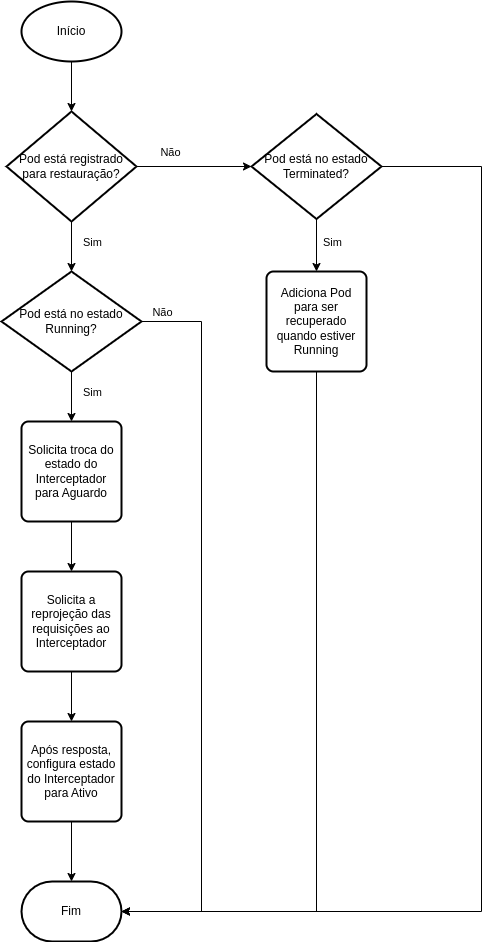
Above: images/restore-pod.png in GianOrtiz/tcc (draw.io), before the change. Source tidied: cells renumbered, new cells last; positions are measured from the earlier drawing's top-left corner, leaving out a move shared by most shapes.
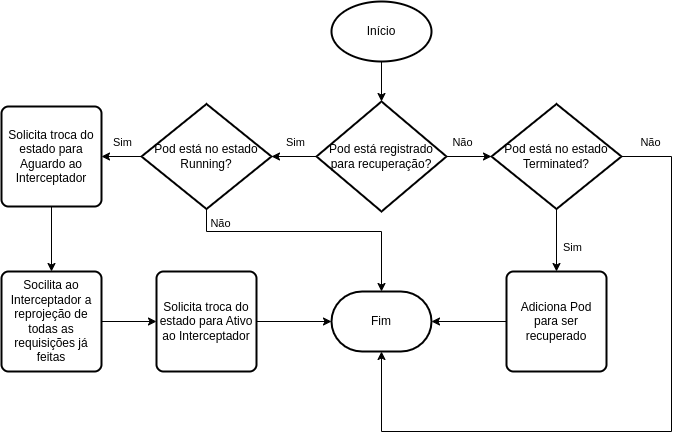
After the commit.

The edit, as a diff of the source:
```diff
@@ -2,104 +2,106 @@
   <root>
     <mxCell id="0" />
     <mxCell id="1" parent="0" />
-    <mxCell id="2" style="edgeStyle=orthogonalEdgeStyle;rounded=0;jettySize=auto;html=1;" parent="1" edge="1" source="3" target="4">
-      <mxGeometry relative="1" as="geometry" />
-    </mxCell>
     <mxCell id="3" value="Início" style="strokeWidth=2;html=1;shape=mxgraph.flowchart.start_1;whiteSpace=wrap;" parent="1" vertex="1">
-      <mxGeometry x="20" width="100" height="60" as="geometry" />
+      <mxGeometry x="100" y="-50" width="100" height="60" as="geometry" />
     </mxCell>
-    <mxCell id="4" value="Pod está registrado para restauração?" style="strokeWidth=2;html=1;shape=mxgraph.flowchart.decision;whiteSpace=wrap;" parent="1" vertex="1">
-      <mxGeometry x="5" y="110" width="130" height="110" as="geometry" />
-    </mxCell>
-    <mxCell id="5" style="edgeStyle=orthogonalEdgeStyle;rounded=0;jettySize=auto;html=1;" parent="1" edge="1" source="9" target="13">
-      <mxGeometry relative="1" as="geometry" />
-    </mxCell>
-    <mxCell id="6" value="Sim" style="edgeLabel;html=1;align=center;verticalAlign=middle;" parent="5" vertex="1">
-      <mxGeometry x="0.24" y="-1" relative="1" as="geometry">
-        <mxPoint x="21" y="-11" as="offset" />
-      </mxGeometry>
-    </mxCell>
+    <mxCell id="27" style="edgeStyle=orthogonalEdgeStyle;rounded=0;jettySize=auto;html=1;" parent="1" edge="1" source="29" target="9">
+      <mxGeometry relative="1" as="geometry" />
+    </mxCell>
+    <mxCell id="28" value="Sim" style="edgeLabel;html=1;align=center;verticalAlign=middle;" parent="27" vertex="1">
+      <mxGeometry x="-0.02" y="3" relative="1" as="geometry">
+        <mxPoint y="-18" as="offset" />
+      </mxGeometry>
+    </mxCell>
+    <mxCell id="29" value="Pod está registrado para recuperação?" style="strokeWidth=2;html=1;shape=mxgraph.flowchart.decision;whiteSpace=wrap;" parent="1" vertex="1">
+      <mxGeometry x="85" y="50" width="130" height="110" as="geometry" />
+    </mxCell>
+    <mxCell id="30" style="edgeStyle=orthogonalEdgeStyle;rounded=0;jettySize=auto;html=1;entryX=0.5;entryY=0;entryDx=0;entryDy=0;entryPerimeter=0;" parent="1" edge="1" source="3" target="29">
+      <mxGeometry relative="1" as="geometry" />
+    </mxCell>
+    <mxCell id="31" style="edgeStyle=orthogonalEdgeStyle;rounded=0;jettySize=auto;html=1;entryX=0.5;entryY=0;entryDx=0;entryDy=0;" parent="1" edge="1" source="22" target="40">
+      <mxGeometry relative="1" as="geometry" />
+    </mxCell>
+    <mxCell id="32" value="Sim" style="edgeLabel;html=1;align=center;verticalAlign=middle;" parent="31" vertex="1">
+      <mxGeometry x="0.28" y="-1" relative="1" as="geometry">
+        <mxPoint x="16" y="-2" as="offset" />
+      </mxGeometry>
+    </mxCell>
+    <mxCell id="22" value="Pod está no estado Terminated?" style="strokeWidth=2;html=1;shape=mxgraph.flowchart.decision;whiteSpace=wrap;" parent="1" vertex="1">
+      <mxGeometry x="260" y="52.5" width="130" height="105" as="geometry" />
+    </mxCell>
+    <mxCell id="33" style="edgeStyle=orthogonalEdgeStyle;rounded=0;jettySize=auto;html=1;entryX=0;entryY=0.5;entryDx=0;entryDy=0;entryPerimeter=0;" parent="1" edge="1" source="29" target="22">
+      <mxGeometry relative="1" as="geometry" />
+    </mxCell>
+    <mxCell id="34" value="Não" style="edgeLabel;html=1;align=center;verticalAlign=middle;" parent="33" vertex="1">
+      <mxGeometry x="0.11" y="-4" relative="1" as="geometry">
+        <mxPoint x="-10" y="-19" as="offset" />
+      </mxGeometry>
+    </mxCell>
+    <mxCell id="35" style="edgeStyle=orthogonalEdgeStyle;rounded=0;jettySize=auto;html=1;entryX=1;entryY=0.5;entryDx=0;entryDy=0;" parent="1" edge="1" source="9" target="38">
+      <mxGeometry relative="1" as="geometry" />
+    </mxCell>
+    <mxCell id="36" value="Sim" style="edgeLabel;html=1;align=center;verticalAlign=middle;" parent="35" vertex="1">
+      <mxGeometry x="0.2" y="1" relative="1" as="geometry">
+        <mxPoint x="4" y="-16" as="offset" />
+      </mxGeometry>
+    </mxCell>
+    <mxCell id="9" value="Pod está no estado Running?" style="strokeWidth=2;html=1;shape=mxgraph.flowchart.decision;whiteSpace=wrap;" parent="1" vertex="1">
+      <mxGeometry x="-90" y="52.5" width="130" height="105" as="geometry" />
+    </mxCell>
+    <mxCell id="37" style="edgeStyle=orthogonalEdgeStyle;rounded=0;jettySize=auto;html=1;entryX=0.5;entryY=0;entryDx=0;entryDy=0;" parent="1" edge="1" source="38" target="43">
+      <mxGeometry relative="1" as="geometry" />
+    </mxCell>
+    <mxCell id="38" value="Solicita troca do estado para Aguardo ao Interceptador" style="rounded=1;whiteSpace=wrap;html=1;absoluteArcSize=1;arcSize=14;strokeWidth=2;" parent="1" vertex="1">
+      <mxGeometry x="-230" y="55" width="100" height="100" as="geometry" />
+    </mxCell>
+    <mxCell id="39" style="edgeStyle=orthogonalEdgeStyle;rounded=0;jettySize=auto;html=1;" parent="1" edge="1" source="40" target="17">
+      <mxGeometry relative="1" as="geometry" />
+    </mxCell>
+    <mxCell id="40" value="Adiciona Pod para ser recuperado" style="rounded=1;whiteSpace=wrap;html=1;absoluteArcSize=1;arcSize=14;strokeWidth=2;" parent="1" vertex="1">
+      <mxGeometry x="275" y="220" width="100" height="100" as="geometry" />
+    </mxCell>
+    <mxCell id="41" value="Solicita troca do estado para Ativo ao Interceptador" style="rounded=1;whiteSpace=wrap;html=1;absoluteArcSize=1;arcSize=14;strokeWidth=2;" parent="1" vertex="1">
+      <mxGeometry x="-75" y="220" width="100" height="100" as="geometry" />
+    </mxCell>
+    <mxCell id="42" style="edgeStyle=orthogonalEdgeStyle;rounded=0;jettySize=auto;html=1;" parent="1" edge="1" source="43" target="41">
+      <mxGeometry relative="1" as="geometry" />
+    </mxCell>
+    <mxCell id="43" value="Socilita ao Interceptador a reprojeção de todas as requisições já feitas" style="rounded=1;whiteSpace=wrap;html=1;absoluteArcSize=1;arcSize=14;strokeWidth=2;" parent="1" vertex="1">
+      <mxGeometry x="-230" y="220" width="100" height="100" as="geometry" />
+    </mxCell>
+    <mxCell id="17" value="Fim" style="strokeWidth=2;html=1;shape=mxgraph.flowchart.terminator;whiteSpace=wrap;" parent="1" vertex="1">
+      <mxGeometry x="100" y="240" width="100" height="60" as="geometry" />
+    </mxCell>
-    <mxCell id="7" style="edgeStyle=orthogonalEdgeStyle;rounded=0;jettySize=auto;html=1;entryX=1;entryY=0.5;entryDx=0;entryDy=0;entryPerimeter=0;" parent="1" edge="1" source="9" target="17">
+    <mxCell id="7" style="edgeStyle=orthogonalEdgeStyle;rounded=0;jettySize=auto;html=1;entryX=0.5;entryY=0;entryDx=0;entryDy=0;entryPerimeter=0;" parent="1" edge="1" source="9" target="17">
       <mxGeometry relative="1" as="geometry">
         <Array as="points">
-          <mxPoint x="200" y="320" />
-          <mxPoint x="200" y="910" />
+          <mxPoint x="-25" y="180" />
+          <mxPoint x="150" y="180" />
         </Array>
       </mxGeometry>
     </mxCell>
-    <mxCell id="8" value="Não" style="edgeLabel;html=1;align=center;verticalAlign=middle;" parent="7" vertex="1">
-      <mxGeometry x="-0.89" y="3" relative="1" as="geometry">
-        <mxPoint x="-21" y="-7" as="offset" />
-      </mxGeometry>
-    </mxCell>
-    <mxCell id="9" value="Pod está no estado&lt;br&gt;Running?" style="strokeWidth=2;html=1;shape=mxgraph.flowchart.decision;whiteSpace=wrap;" parent="1" vertex="1">
-      <mxGeometry y="270" width="140" height="100" as="geometry" />
-    </mxCell>
-    <mxCell id="10" style="edgeStyle=orthogonalEdgeStyle;rounded=0;jettySize=auto;html=1;entryX=0.5;entryY=0;entryDx=0;entryDy=0;entryPerimeter=0;" parent="1" edge="1" source="4" target="9">
-      <mxGeometry relative="1" as="geometry" />
-    </mxCell>
-    <mxCell id="11" value="Sim" style="edgeLabel;html=1;align=center;verticalAlign=middle;" parent="10" vertex="1">
-      <mxGeometry x="-0.12" y="1" relative="1" as="geometry">
-        <mxPoint x="19" y="-2" as="offset" />
-      </mxGeometry>
-    </mxCell>
-    <mxCell id="12" style="edgeStyle=orthogonalEdgeStyle;rounded=0;jettySize=auto;html=1;" parent="1" edge="1" source="13" target="15">
-      <mxGeometry relative="1" as="geometry" />
-    </mxCell>
-    <mxCell id="13" value="Solicita troca do estado do Interceptador para Aguardo" style="rounded=1;whiteSpace=wrap;html=1;absoluteArcSize=1;arcSize=14;strokeWidth=2;" parent="1" vertex="1">
-      <mxGeometry x="20" y="420" width="100" height="100" as="geometry" />
-    </mxCell>
-    <mxCell id="14" style="edgeStyle=orthogonalEdgeStyle;rounded=0;jettySize=auto;html=1;entryX=0.5;entryY=0;entryDx=0;entryDy=0;" parent="1" edge="1" source="15" target="16">
-      <mxGeometry relative="1" as="geometry" />
-    </mxCell>
-    <mxCell id="15" value="Solicita a reprojeção das requisições ao Interceptador" style="rounded=1;whiteSpace=wrap;html=1;absoluteArcSize=1;arcSize=14;strokeWidth=2;" parent="1" vertex="1">
-      <mxGeometry x="20" y="570" width="100" height="100" as="geometry" />
-    </mxCell>
-    <mxCell id="16" value="Após resposta, configura estado do Interceptador para Ativo" style="rounded=1;whiteSpace=wrap;html=1;absoluteArcSize=1;arcSize=14;strokeWidth=2;" parent="1" vertex="1">
-      <mxGeometry x="20" y="720" width="100" height="100" as="geometry" />
-    </mxCell>
-    <mxCell id="17" value="Fim" style="strokeWidth=2;html=1;shape=mxgraph.flowchart.terminator;whiteSpace=wrap;" parent="1" vertex="1">
-      <mxGeometry x="20" y="880" width="100" height="60" as="geometry" />
-    </mxCell>
-    <mxCell id="18" style="edgeStyle=orthogonalEdgeStyle;rounded=0;jettySize=auto;html=1;entryX=0.5;entryY=0;entryDx=0;entryDy=0;entryPerimeter=0;" parent="1" edge="1" source="16" target="17">
-      <mxGeometry relative="1" as="geometry" />
-    </mxCell>
+    <mxCell id="44" value="Não" style="edgeLabel;html=1;align=center;verticalAlign=middle;" parent="7" vertex="1">
+      <mxGeometry x="-0.82" y="2" relative="1" as="geometry">
+        <mxPoint x="13" y="-7" as="offset" />
+      </mxGeometry>
+    </mxCell>
-    <mxCell id="19" style="edgeStyle=orthogonalEdgeStyle;rounded=0;jettySize=auto;html=1;entryX=1;entryY=0.5;entryDx=0;entryDy=0;entryPerimeter=0;" parent="1" edge="1" source="22" target="17">
+    <mxCell id="19" style="edgeStyle=orthogonalEdgeStyle;rounded=0;jettySize=auto;html=1;entryX=0.5;entryY=1;entryDx=0;entryDy=0;entryPerimeter=0;" parent="1" edge="1" source="22" target="17">
       <mxGeometry relative="1" as="geometry">
         <Array as="points">
-          <mxPoint x="480" y="165" />
-          <mxPoint x="480" y="910" />
+          <mxPoint x="440" y="105" />
+          <mxPoint x="440" y="380" />
+          <mxPoint x="150" y="380" />
         </Array>
       </mxGeometry>
     </mxCell>
-    <mxCell id="20" style="edgeStyle=orthogonalEdgeStyle;rounded=0;jettySize=auto;html=1;" parent="1" edge="1" source="22" target="26">
-      <mxGeometry relative="1" as="geometry" />
-    </mxCell>
-    <mxCell id="21" value="Sim" style="edgeLabel;html=1;align=center;verticalAlign=middle;" parent="20" vertex="1">
-      <mxGeometry x="-0.14" y="-4" relative="1" as="geometry">
-        <mxPoint x="19" y="1" as="offset" />
-      </mxGeometry>
-    </mxCell>
-    <mxCell id="22" value="Pod está no estado Terminated?" style="strokeWidth=2;html=1;shape=mxgraph.flowchart.decision;whiteSpace=wrap;" parent="1" vertex="1">
-      <mxGeometry x="250" y="112.5" width="130" height="105" as="geometry" />
-    </mxCell>
-    <mxCell id="23" style="edgeStyle=orthogonalEdgeStyle;rounded=0;jettySize=auto;html=1;entryX=0;entryY=0.5;entryDx=0;entryDy=0;entryPerimeter=0;" parent="1" edge="1" source="4" target="22">
-      <mxGeometry relative="1" as="geometry" />
-    </mxCell>
-    <mxCell id="24" value="Não" style="edgeLabel;html=1;align=center;verticalAlign=middle;" parent="23" vertex="1">
-      <mxGeometry x="-0.66" relative="1" as="geometry">
-        <mxPoint x="14" y="-15" as="offset" />
-      </mxGeometry>
-    </mxCell>
-    <mxCell id="25" style="edgeStyle=orthogonalEdgeStyle;rounded=0;jettySize=auto;html=1;entryX=1;entryY=0.5;entryDx=0;entryDy=0;entryPerimeter=0;" parent="1" edge="1" source="26" target="17">
-      <mxGeometry relative="1" as="geometry">
-        <Array as="points">
-          <mxPoint x="315" y="910" />
-        </Array>
-      </mxGeometry>
-    </mxCell>
-    <mxCell id="26" value="Adiciona Pod para ser recuperado quando estiver Running" style="rounded=1;whiteSpace=wrap;html=1;absoluteArcSize=1;arcSize=14;strokeWidth=2;" parent="1" vertex="1">
-      <mxGeometry x="265" y="270" width="100" height="100" as="geometry" />
-    </mxCell>
+    <mxCell id="45" value="Não" style="edgeLabel;html=1;align=center;verticalAlign=middle;" parent="19" vertex="1">
+      <mxGeometry x="-0.87" y="2" relative="1" as="geometry">
+        <mxPoint x="-16" y="-13" as="offset" />
+      </mxGeometry>
+    </mxCell>
+    <mxCell id="46" style="edgeStyle=orthogonalEdgeStyle;rounded=0;jettySize=auto;html=1;entryX=0;entryY=0.5;entryDx=0;entryDy=0;entryPerimeter=0;" parent="1" edge="1" source="41" target="17">
+      <mxGeometry relative="1" as="geometry" />
+    </mxCell>
   </root>
 </mxGraphModel>
```
